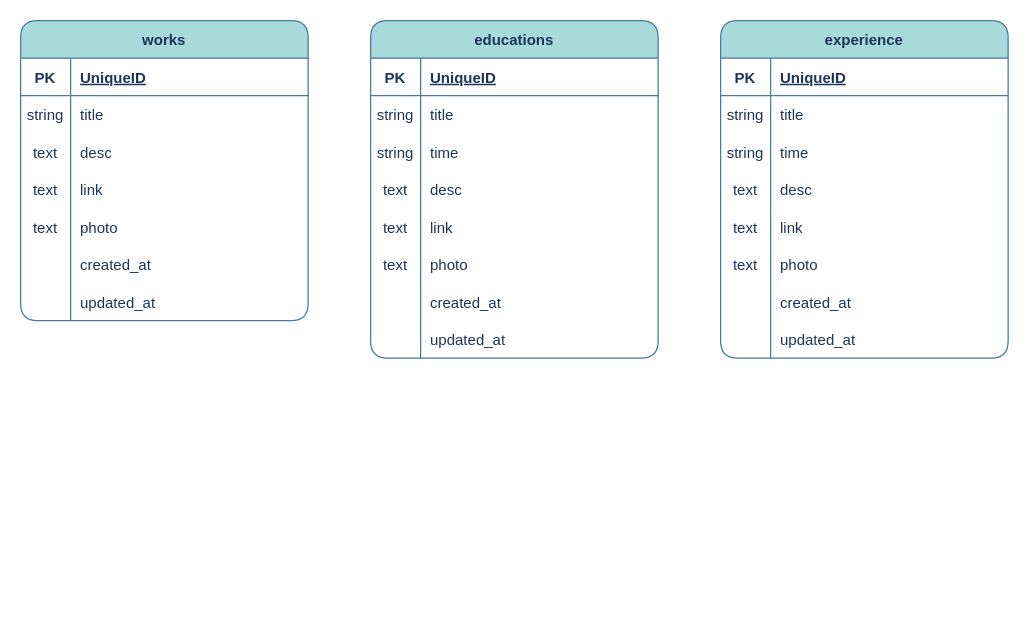
Above: Portfolio Schema.drawio in Yousran/diagrams (draw.io), before the change. Source tidied: cells renumbered, new cells numbered last; positions are measured from the earlier drawing's top-left corner, leaving out a move shared by most shapes. Both pictures are drawn from the tidied source at 125%, with x=0, y=0 at pixel (20, 20).
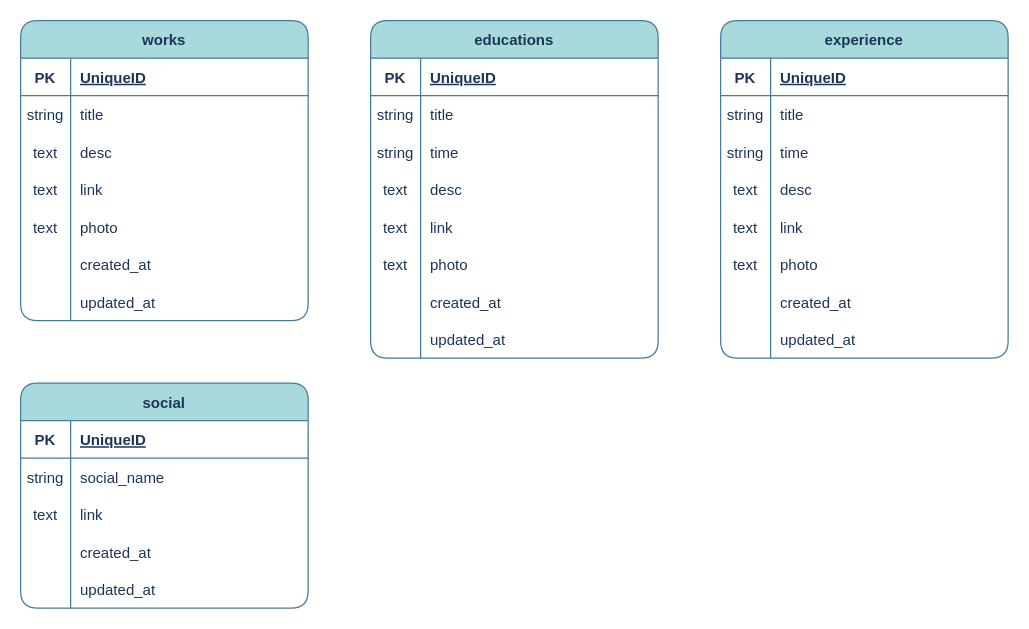
After the change.

Commit message:
add social table

What changed in the source:
```diff
@@
+    <mxCell id="74" value="social" style="shape=table;startSize=30;childLayout=tableLayout;rowLines=0;fontStyle=1;align=center;strokeColor=#457B9D;fontColor=#1D3557;fillColor=#A8DADC;rounded=1;" parent="1" vertex="1">
+      <mxGeometry y="290" width="230" height="180" as="geometry" />
+    </mxCell>
+    <mxCell id="75" style="shape=tableRow;horizontal=0;startSize=0;swimlaneHead=0;swimlaneBody=0;fillColor=none;top=0;left=0;right=0;bottom=1;strokeColor=#457B9D;fontColor=#1D3557;rounded=1;" parent="74" vertex="1">
+      <mxGeometry y="30" width="230" height="30" as="geometry" />
+    </mxCell>
+    <mxCell id="76" value="PK" style="shape=partialRectangle;fillColor=none;top=0;left=0;bottom=0;right=0;fontStyle=1;overflow=hidden;strokeColor=#457B9D;fontColor=#1D3557;rounded=1;" parent="75" vertex="1">
+      <mxGeometry width="40" height="30" as="geometry" />
+    </mxCell>
+    <mxCell id="77" value="UniqueID" style="shape=partialRectangle;fillColor=none;top=0;left=0;bottom=0;right=0;align=left;spacingLeft=6;fontStyle=5;overflow=hidden;strokeColor=#457B9D;fontColor=#1D3557;rounded=1;" parent="75" vertex="1">
+      <mxGeometry x="40" width="190" height="30" as="geometry" />
+    </mxCell>
+    <mxCell id="78" style="shape=tableRow;horizontal=0;startSize=0;swimlaneHead=0;swimlaneBody=0;fillColor=none;top=0;left=0;right=0;bottom=0;strokeColor=#457B9D;fontColor=#1D3557;rounded=1;" parent="74" vertex="1">
+      <mxGeometry y="60" width="230" height="30" as="geometry" />
+    </mxCell>
+    <mxCell id="79" value="string" style="shape=partialRectangle;fillColor=none;top=0;left=0;bottom=0;right=0;overflow=hidden;strokeColor=#457B9D;fontColor=#1D3557;rounded=1;" parent="78" vertex="1">
+      <mxGeometry width="40" height="30" as="geometry" />
+    </mxCell>
+    <mxCell id="80" value="social_name" style="shape=partialRectangle;fillColor=none;top=0;left=0;bottom=0;right=0;align=left;spacingLeft=6;overflow=hidden;strokeColor=#457B9D;fontColor=#1D3557;rounded=1;" parent="78" vertex="1">
+      <mxGeometry x="40" width="190" height="30" as="geometry" />
+    </mxCell>
+    <mxCell id="81" style="shape=tableRow;horizontal=0;startSize=0;swimlaneHead=0;swimlaneBody=0;fillColor=none;top=0;left=0;right=0;bottom=0;strokeColor=#457B9D;fontColor=#1D3557;rounded=1;" parent="74" vertex="1">
+      <mxGeometry y="90" width="230" height="30" as="geometry" />
+    </mxCell>
+    <mxCell id="82" value="text" style="shape=partialRectangle;fillColor=none;top=0;left=0;bottom=0;right=0;overflow=hidden;strokeColor=#457B9D;fontColor=#1D3557;rounded=1;" parent="81" vertex="1">
+      <mxGeometry width="40" height="30" as="geometry" />
+    </mxCell>
+    <mxCell id="83" value="link" style="shape=partialRectangle;fillColor=none;top=0;left=0;bottom=0;right=0;align=left;spacingLeft=6;overflow=hidden;strokeColor=#457B9D;fontColor=#1D3557;rounded=1;" parent="81" vertex="1">
+      <mxGeometry x="40" width="190" height="30" as="geometry" />
+    </mxCell>
+    <mxCell id="84" style="shape=tableRow;horizontal=0;startSize=0;swimlaneHead=0;swimlaneBody=0;fillColor=none;top=0;left=0;right=0;bottom=0;strokeColor=#457B9D;fontColor=#1D3557;rounded=1;" parent="74" vertex="1">
+      <mxGeometry y="120" width="230" height="30" as="geometry" />
+    </mxCell>
+    <mxCell id="85" style="shape=partialRectangle;fillColor=none;top=0;left=0;bottom=0;right=0;overflow=hidden;strokeColor=#457B9D;fontColor=#1D3557;rounded=1;" parent="84" vertex="1">
+      <mxGeometry width="40" height="30" as="geometry" />
+    </mxCell>
+    <mxCell id="86" value="created_at" style="shape=partialRectangle;fillColor=none;top=0;left=0;bottom=0;right=0;align=left;spacingLeft=6;overflow=hidden;strokeColor=#457B9D;fontColor=#1D3557;rounded=1;" parent="84" vertex="1">
+      <mxGeometry x="40" width="190" height="30" as="geometry" />
+    </mxCell>
+    <mxCell id="87" style="shape=tableRow;horizontal=0;startSize=0;swimlaneHead=0;swimlaneBody=0;fillColor=none;top=0;left=0;right=0;bottom=0;strokeColor=#457B9D;fontColor=#1D3557;rounded=1;" parent="74" vertex="1">
+      <mxGeometry y="150" width="230" height="30" as="geometry" />
+    </mxCell>
+    <mxCell id="88" style="shape=partialRectangle;fillColor=none;top=0;left=0;bottom=0;right=0;overflow=hidden;strokeColor=#457B9D;fontColor=#1D3557;rounded=1;" parent="87" vertex="1">
+      <mxGeometry width="40" height="30" as="geometry" />
+    </mxCell>
+    <mxCell id="89" value="updated_at" style="shape=partialRectangle;fillColor=none;top=0;left=0;bottom=0;right=0;align=left;spacingLeft=6;overflow=hidden;strokeColor=#457B9D;fontColor=#1D3557;rounded=1;" parent="87" vertex="1">
+      <mxGeometry x="40" width="190" height="30" as="geometry" />
+    </mxCell>
```
